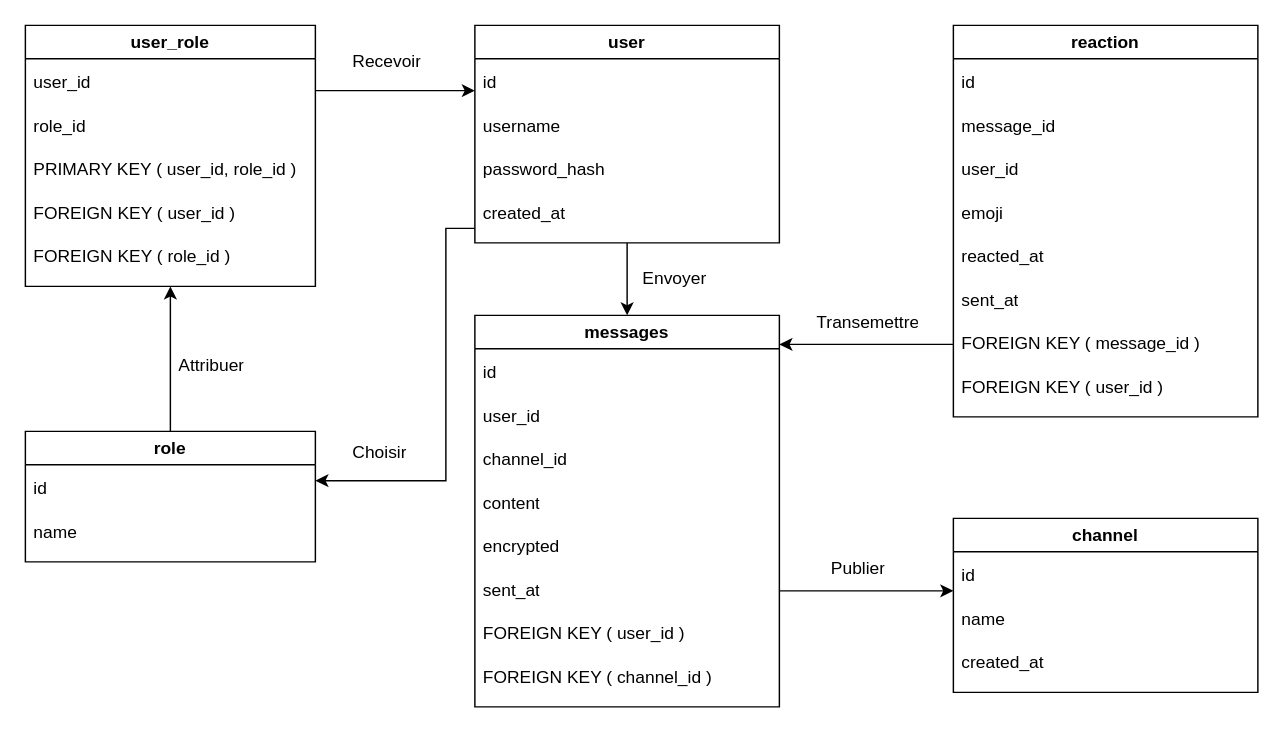
This is Diagramme sans nom.drawio from nadjla-mohamed-dini/budget_buddy, a draw.io file, before an edit. Source tidied: cells renumbered, new cells numbered last; positions are measured from the earlier drawing's top-left corner, leaving out a move shared by most shapes. Both pictures are drawn from the tidied source at 145%, with x=0, y=0 at pixel (25, 25).
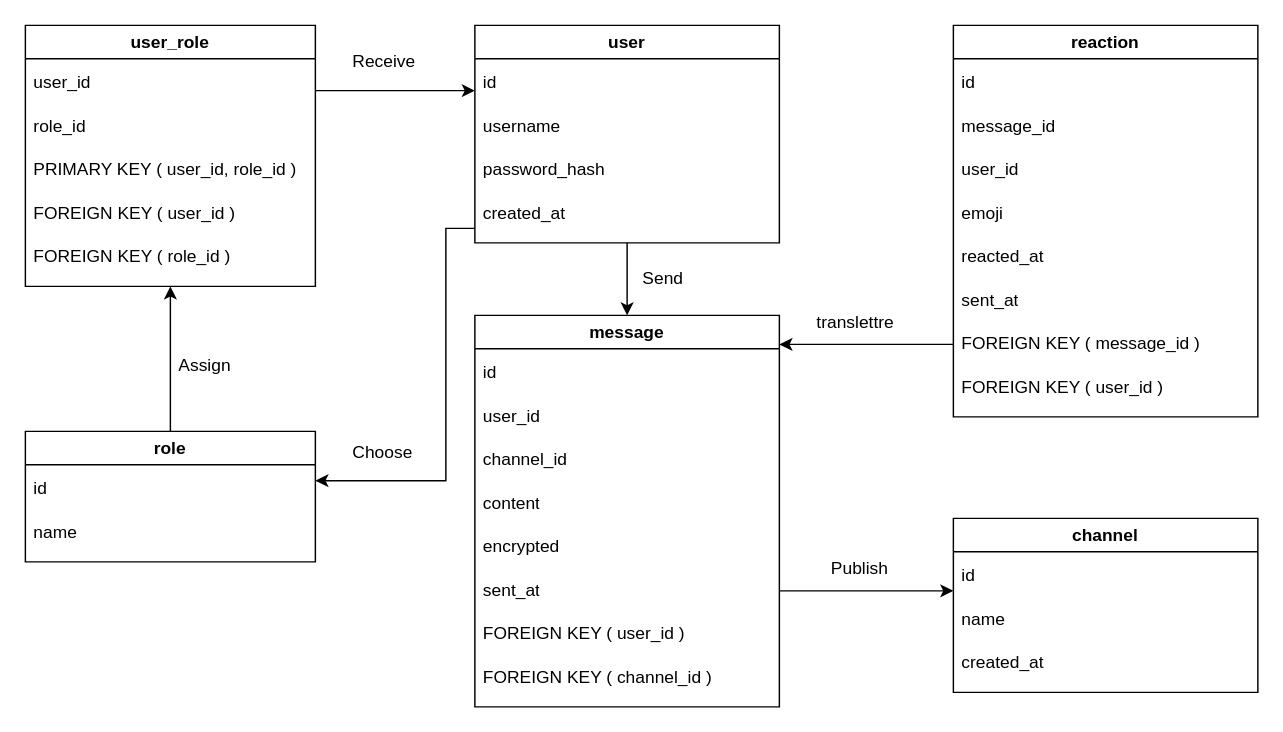
The same page after the edit.

Commit message:
Mettre à jour Diagramme sans nom.drawio

The edit, as a diff of the source:
```diff
@@
-    <mxCell id="19" value="messages" style="swimlane;whiteSpace=wrap;html=1;startSize=23;" parent="1" vertex="1">
+    <mxCell id="19" value="message" style="swimlane;whiteSpace=wrap;html=1;startSize=23;" parent="1" vertex="1">
       <mxGeometry x="310" y="200" width="210" height="270" as="geometry" />
     </mxCell>
@@
-    <mxCell id="43" value="Recevoir" style="text;strokeColor=none;fillColor=none;align=left;verticalAlign=middle;spacingLeft=4;spacingRight=4;overflow=hidden;whiteSpace=wrap;html=1;" parent="1" vertex="1">
+    <mxCell id="43" value="Receive" style="text;strokeColor=none;fillColor=none;align=left;verticalAlign=middle;spacingLeft=4;spacingRight=4;overflow=hidden;whiteSpace=wrap;html=1;" parent="1" vertex="1">
       <mxGeometry x="220" y="10" width="80" height="30" as="geometry" />
     </mxCell>
-    <mxCell id="44" value="Choisir" style="text;strokeColor=none;fillColor=none;align=left;verticalAlign=middle;spacingLeft=4;spacingRight=4;overflow=hidden;whiteSpace=wrap;html=1;" parent="1" vertex="1">
+    <mxCell id="44" value="Choose" style="text;strokeColor=none;fillColor=none;align=left;verticalAlign=middle;spacingLeft=4;spacingRight=4;overflow=hidden;whiteSpace=wrap;html=1;" parent="1" vertex="1">
       <mxGeometry x="220" y="280" width="80" height="30" as="geometry" />
     </mxCell>
-    <mxCell id="45" value="Attribuer" style="text;strokeColor=none;fillColor=none;align=left;verticalAlign=middle;spacingLeft=4;spacingRight=4;overflow=hidden;whiteSpace=wrap;html=1;" parent="1" vertex="1">
+    <mxCell id="45" value="Assign" style="text;strokeColor=none;fillColor=none;align=left;verticalAlign=middle;spacingLeft=4;spacingRight=4;overflow=hidden;whiteSpace=wrap;html=1;" parent="1" vertex="1">
       <mxGeometry x="100" y="220" width="80" height="30" as="geometry" />
     </mxCell>
-    <mxCell id="46" value="Envoyer" style="text;strokeColor=none;fillColor=none;align=left;verticalAlign=middle;spacingLeft=4;spacingRight=4;overflow=hidden;whiteSpace=wrap;html=1;" parent="1" vertex="1">
+    <mxCell id="46" value="Send" style="text;strokeColor=none;fillColor=none;align=left;verticalAlign=middle;spacingLeft=4;spacingRight=4;overflow=hidden;whiteSpace=wrap;html=1;" parent="1" vertex="1">
       <mxGeometry x="420" y="160" width="80" height="30" as="geometry" />
     </mxCell>
-    <mxCell id="47" value="Publier" style="text;strokeColor=none;fillColor=none;align=left;verticalAlign=middle;spacingLeft=4;spacingRight=4;overflow=hidden;whiteSpace=wrap;html=1;" parent="1" vertex="1">
+    <mxCell id="47" value="Publish" style="text;strokeColor=none;fillColor=none;align=left;verticalAlign=middle;spacingLeft=4;spacingRight=4;overflow=hidden;whiteSpace=wrap;html=1;" parent="1" vertex="1">
       <mxGeometry x="550" y="360" width="80" height="30" as="geometry" />
     </mxCell>
@@
-    <mxCell id="49" value="Transemettre" style="text;strokeColor=none;fillColor=none;align=left;verticalAlign=middle;spacingLeft=4;spacingRight=4;overflow=hidden;whiteSpace=wrap;html=1;" parent="1" vertex="1">
+    <mxCell id="49" value="translettre" style="text;strokeColor=none;fillColor=none;align=left;verticalAlign=middle;spacingLeft=4;spacingRight=4;overflow=hidden;whiteSpace=wrap;html=1;" parent="1" vertex="1">
       <mxGeometry x="540" y="190" width="80" height="30" as="geometry" />
     </mxCell>
```
